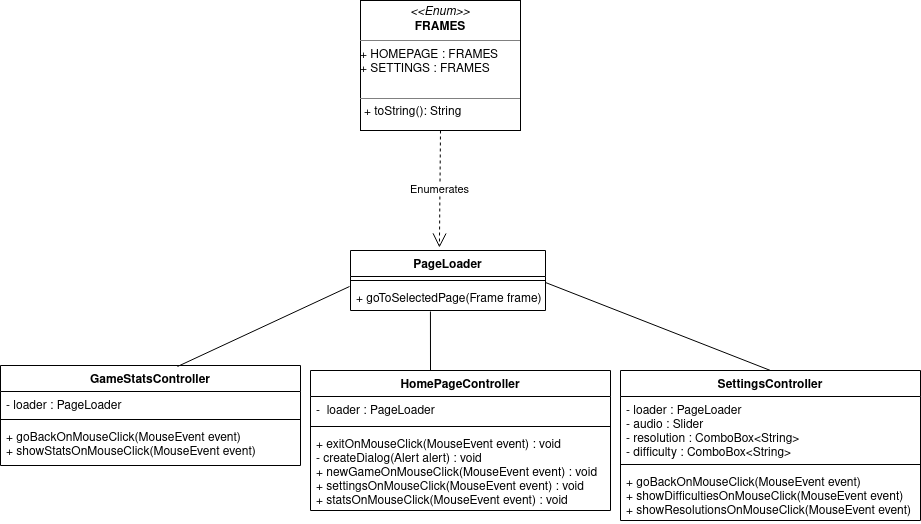
The draw.io diagram relazione/img/main_menu.png in Pensilina14/bullet-ballet, before a commit. Source tidied: cells renumbered, new cells last; positions are measured from the earlier drawing's top-left corner, leaving out a move shared by most shapes.
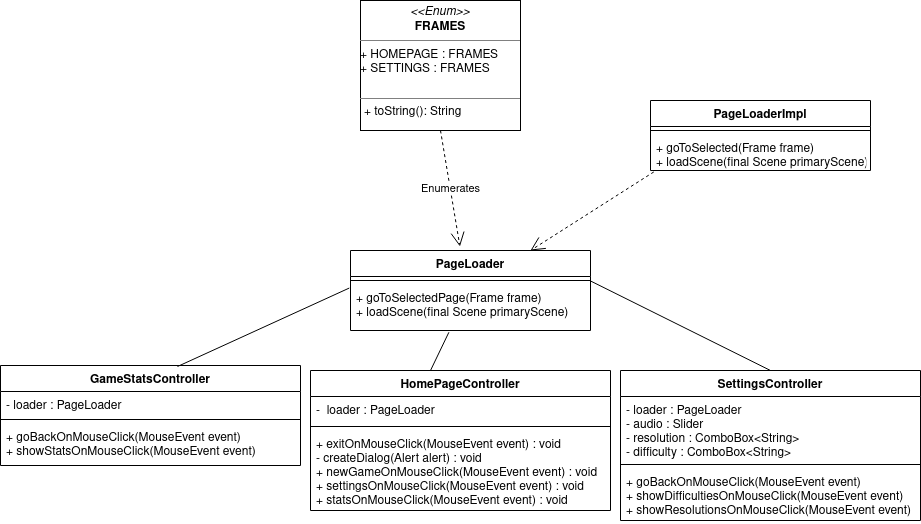
The same diagram one commit later.

Commit message:
change uml scheme

Diff of the diagram source:
```diff
@@ -21,13 +21,13 @@
       <mxGeometry y="60" width="300" height="80" as="geometry" />
     </mxCell>
     <mxCell id="8" value="PageLoader" style="swimlane;fontStyle=1;align=center;verticalAlign=top;horizontal=1;startSize=26;" parent="1" vertex="1">
-      <mxGeometry x="350" y="250" width="195" height="60" as="geometry" />
+      <mxGeometry x="350" y="250" width="240" height="80" as="geometry" />
     </mxCell>
     <mxCell id="9" style="line;strokeWidth=1;fillColor=none;align=left;verticalAlign=middle;spacingTop=-1;spacingLeft=3;spacingRight=3;labelPosition=right;" parent="8" vertex="1">
-      <mxGeometry y="26" width="195" height="8" as="geometry" />
+      <mxGeometry y="26" width="240" height="8" as="geometry" />
     </mxCell>
-    <mxCell id="10" value="+ goToSelectedPage(Frame frame)" style="text;strokeColor=none;fillColor=none;align=left;verticalAlign=top;spacingLeft=4;spacingRight=4;overflow=hidden;points=[[0,0.5],[1,0.5]];portConstraint=eastwest;" parent="8" vertex="1">
-      <mxGeometry y="34" width="195" height="26" as="geometry" />
+    <mxCell id="10" value="+ goToSelectedPage(Frame frame)&#10;+ loadScene(final Scene primaryScene)" style="text;strokeColor=none;fillColor=none;align=left;verticalAlign=top;spacingLeft=4;spacingRight=4;overflow=hidden;points=[[0,0.5],[1,0.5]];portConstraint=eastwest;" parent="8" vertex="1">
+      <mxGeometry y="34" width="240" height="46" as="geometry" />
     </mxCell>
     <mxCell id="11" value="SettingsController" style="swimlane;fontStyle=1;align=center;verticalAlign=top;horizontal=1;startSize=26;" parent="1" vertex="1">
       <mxGeometry x="620" y="370" width="300" height="150" as="geometry" />
@@ -64,5 +64,17 @@
     <mxCell id="21" style="endArrow=none;html=1;rounded=0;entryX=0.5;entryY=0;entryDx=0;entryDy=0;exitX=1;exitY=-0.077;exitDx=0;exitDy=0;exitPerimeter=0;" parent="1" edge="1" source="10" target="11">
       <mxGeometry relative="1" as="geometry" />
     </mxCell>
+    <mxCell id="22" value="PageLoaderImpl&#10;" style="swimlane;fontStyle=1;align=center;verticalAlign=top;horizontal=1;startSize=26;" parent="1" vertex="1">
+      <mxGeometry x="650" y="100" width="220" height="70" as="geometry" />
+    </mxCell>
+    <mxCell id="23" style="line;strokeWidth=1;fillColor=none;align=left;verticalAlign=middle;spacingTop=-1;spacingLeft=3;spacingRight=3;labelPosition=right;" parent="22" vertex="1">
+      <mxGeometry y="26" width="220" height="8" as="geometry" />
+    </mxCell>
+    <mxCell id="24" value="+ goToSelected(Frame frame)&#10;+ loadScene(final Scene primaryScene)&#10;" style="text;strokeColor=none;fillColor=none;align=left;verticalAlign=top;spacingLeft=4;spacingRight=4;overflow=hidden;points=[[0,0.5],[1,0.5]];portConstraint=eastwest;" parent="22" vertex="1">
+      <mxGeometry y="34" width="220" height="36" as="geometry" />
+    </mxCell>
+    <mxCell id="25" style="endArrow=open;endSize=12;dashed=1;html=1;rounded=0;entryX=0.75;entryY=0;entryDx=0;entryDy=0;exitX=0.015;exitY=1.04;exitDx=0;exitDy=0;exitPerimeter=0;" parent="1" edge="1" source="24" target="8">
+      <mxGeometry relative="1" as="geometry" />
+    </mxCell>
   </root>
 </mxGraphModel>
```
